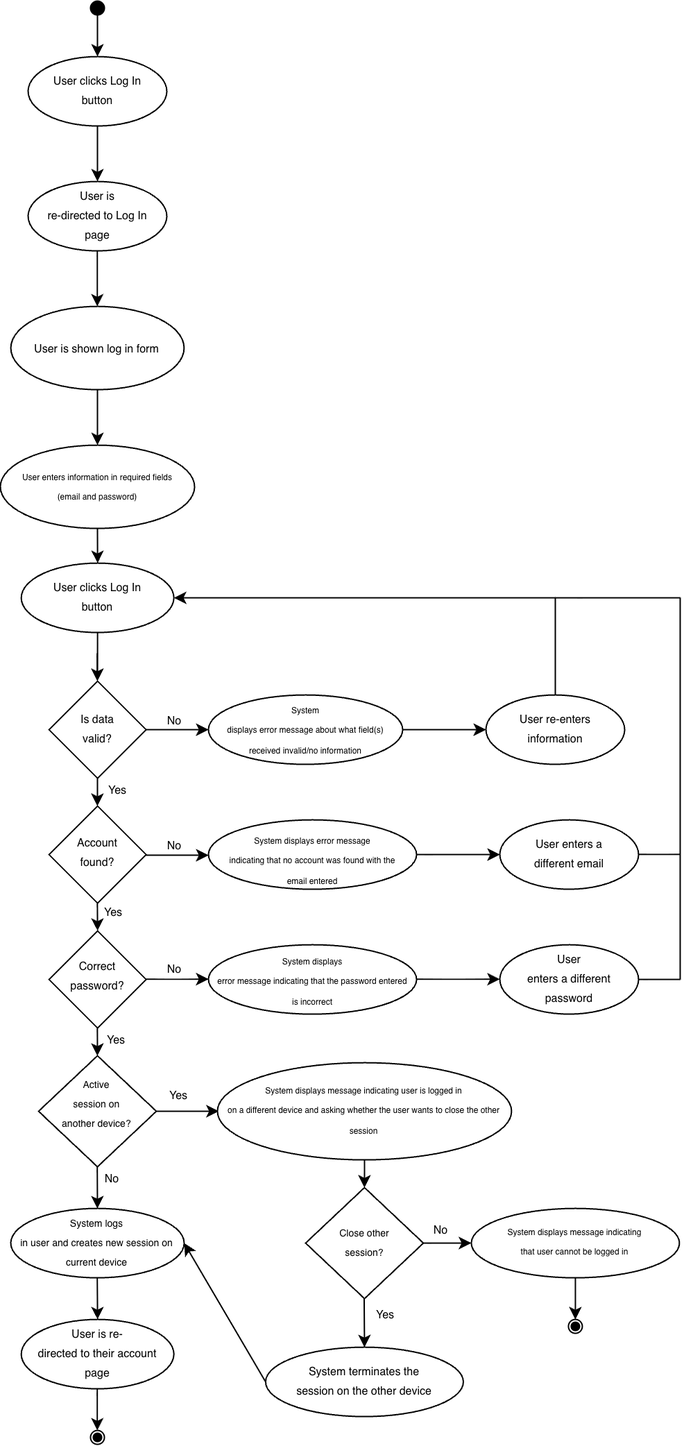
Earlier version of the draw.io export Camila Da Silva/US7_Login/US7_Activity.png (Jason-Kng/Bulldog-Records). Source tidied: cells renumbered, new cells last; positions are measured from the earlier drawing's top-left corner, leaving out a move shared by most shapes.
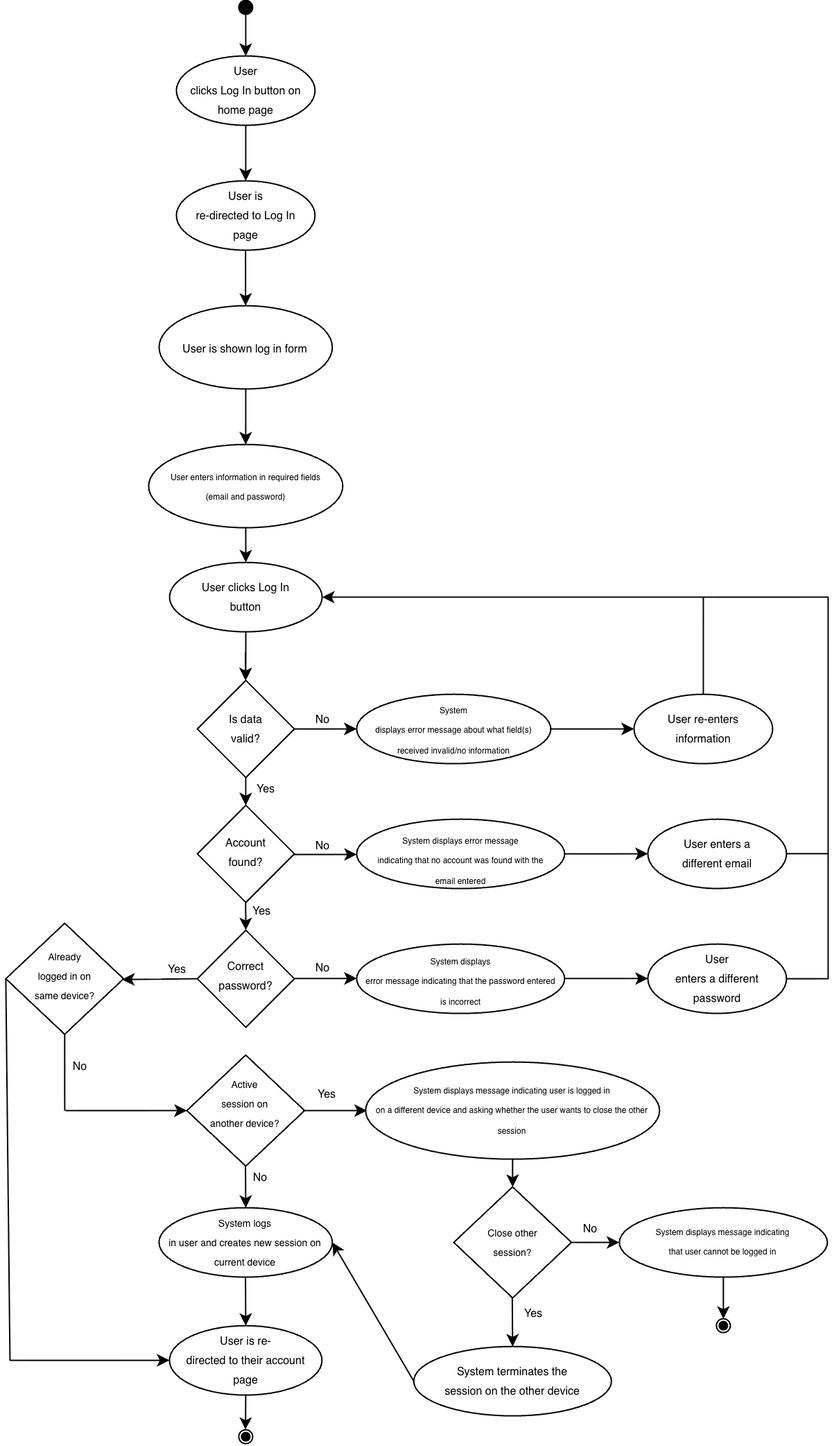
After the commit.

What changed in the source:
```diff
@@ -10,7 +10,7 @@
         <mxPoint x="70" y="40" as="targetPoint" />
       </mxGeometry>
     </mxCell>
-    <mxCell id="4" value="&lt;font style=&quot;font-size: 8px; color: light-dark(rgb(0, 0, 0), rgb(0, 0, 0));&quot;&gt;User clicks Log In button&lt;/font&gt;" style="ellipse;whiteSpace=wrap;html=1;shapeInside=1;fillColor=light-dark(#FFFFFF,#4D4D4D);strokeColor=light-dark(#000000,#000000);" parent="1" vertex="1">
+    <mxCell id="4" value="&lt;font style=&quot;font-size: 8px; color: light-dark(rgb(0, 0, 0), rgb(0, 0, 0));&quot;&gt;User clicks Log In button on home page&lt;/font&gt;" style="ellipse;whiteSpace=wrap;html=1;shapeInside=1;fillColor=light-dark(#FFFFFF,#4D4D4D);strokeColor=light-dark(#000000,#000000);" parent="1" vertex="1">
       <mxGeometry x="20" y="40" width="100" height="50" as="geometry" />
     </mxCell>
     <mxCell id="5" style="endArrow=classic;html=1;rounded=0;exitX=0.5;exitY=1;exitDx=0;exitDy=0;strokeColor=light-dark(#000000,#000000);" parent="1" edge="1" source="4">
@@ -61,18 +61,13 @@
       <mxGeometry x="7.5" y="870" width="125" height="50" as="geometry" />
     </mxCell>
     <mxCell id="18" value="&lt;font style=&quot;font-size: 8px; color: light-dark(rgb(0, 0, 0), rgb(0, 0, 0));&quot;&gt;User is re-directed to their account page&lt;/font&gt;" style="ellipse;whiteSpace=wrap;html=1;shapeInside=1;fillColor=light-dark(#FFFFFF,#4D4D4D);strokeColor=light-dark(#000000,#000000);" parent="1" vertex="1">
-      <mxGeometry x="15.1" y="950" width="110" height="50" as="geometry" />
+      <mxGeometry x="15" y="955" width="110" height="50" as="geometry" />
     </mxCell>
     <mxCell id="19" style="endArrow=classic;html=1;rounded=0;exitX=0.5;exitY=1;exitDx=0;exitDy=0;labelBackgroundColor=light-dark(#FFFFFF,#000000);strokeColor=light-dark(#000000,#000000);entryX=0.5;entryY=0;entryDx=0;entryDy=0;" parent="1" edge="1" target="15">
       <mxGeometry relative="1" as="geometry">
         <mxPoint x="69.9" y="650" as="sourcePoint" />
       </mxGeometry>
     </mxCell>
-    <mxCell id="20" style="endArrow=classic;html=1;rounded=0;exitX=0.5;exitY=1;exitDx=0;exitDy=0;labelBackgroundColor=light-dark(#FFFFFF,#000000);strokeColor=light-dark(#000000,#000000);entryX=0.5;entryY=0;entryDx=0;entryDy=0;" parent="1" edge="1" target="16">
-      <mxGeometry relative="1" as="geometry">
-        <mxPoint x="69.9" y="740" as="sourcePoint" />
-      </mxGeometry>
-    </mxCell>
     <mxCell id="21" style="endArrow=classic;html=1;rounded=0;exitX=0.5;exitY=1;exitDx=0;exitDy=0;labelBackgroundColor=light-dark(#FFFFFF,#000000);strokeColor=light-dark(#000000,#000000);entryX=0.5;entryY=0;entryDx=0;entryDy=0;" parent="1" edge="1" target="17">
       <mxGeometry relative="1" as="geometry">
         <mxPoint x="69.8" y="840" as="sourcePoint" />
@@ -83,9 +78,8 @@
         <mxPoint x="69.8" y="920" as="sourcePoint" />
       </mxGeometry>
     </mxCell>
-    <mxCell id="23" style="endArrow=classic;html=1;rounded=0;exitX=0.5;exitY=1;exitDx=0;exitDy=0;labelBackgroundColor=light-dark(#FFFFFF,#000000);strokeColor=light-dark(#000000,#000000);" parent="1" edge="1">
+    <mxCell id="23" style="endArrow=classic;html=1;rounded=0;exitX=0.5;exitY=1;exitDx=0;exitDy=0;labelBackgroundColor=light-dark(#FFFFFF,#000000);strokeColor=light-dark(#000000,#000000);" parent="1" edge="1" source="18">
       <mxGeometry relative="1" as="geometry">
-        <mxPoint x="69.8" y="1000" as="sourcePoint" />
         <mxPoint x="69.8" y="1030" as="targetPoint" />
       </mxGeometry>
     </mxCell>
@@ -98,7 +92,7 @@
       </mxGeometry>
     </mxCell>
     <mxCell id="26" value="&lt;font style=&quot;font-size: 8px; color: light-dark(rgb(0, 0, 0), rgb(0, 0, 0));&quot;&gt;Yes&lt;/font&gt;" style="edgeLabel;html=1;align=center;verticalAlign=middle;" parent="1" vertex="1">
-      <mxGeometry x="83" y="750" as="geometry">
+      <mxGeometry x="20" y="700" as="geometry">
         <mxPoint y="-3" as="offset" />
       </mxGeometry>
     </mxCell>
@@ -280,5 +274,36 @@
         <mxPoint x="-3" y="-2" as="offset" />
       </mxGeometry>
     </mxCell>
+    <mxCell id="67" style="endArrow=classic;html=1;rounded=0;exitX=0;exitY=0.5;exitDx=0;exitDy=0;strokeColor=light-dark(#000000,#000000);entryX=0.987;entryY=0.507;entryDx=0;entryDy=0;entryPerimeter=0;" parent="1" edge="1" source="15" target="68">
+      <mxGeometry relative="1" as="geometry" />
+    </mxCell>
+    <mxCell id="68" value="&lt;font style=&quot;color: light-dark(rgb(0, 0, 0), rgb(0, 0, 0)); font-size: 7px;&quot;&gt;Already logged in on same device?&lt;/font&gt;" style="rhombus;whiteSpace=wrap;html=1;shapeInside=1;strokeColor=light-dark(#000000,#000000);fillColor=light-dark(#FFFFFF,#4D4D4D);" parent="1" vertex="1">
+      <mxGeometry x="-103" y="665" width="84.9" height="80" as="geometry" />
+    </mxCell>
+    <mxCell id="69" style="endArrow=none;html=1;rounded=0;exitX=0;exitY=0.5;exitDx=0;exitDy=0;strokeColor=light-dark(#000000,#000000);" parent="1" edge="1" source="68">
+      <mxGeometry relative="1" as="geometry">
+        <mxPoint x="-100" y="980" as="targetPoint" />
+      </mxGeometry>
+    </mxCell>
+    <mxCell id="70" style="endArrow=classic;html=1;rounded=0;entryX=0;entryY=0.5;entryDx=0;entryDy=0;strokeColor=light-dark(#000000,#000000);" parent="1" edge="1" target="18">
+      <mxGeometry relative="1" as="geometry">
+        <mxPoint x="-100" y="980" as="sourcePoint" />
+      </mxGeometry>
+    </mxCell>
+    <mxCell id="71" style="endArrow=none;html=1;rounded=0;exitX=0.5;exitY=1;exitDx=0;exitDy=0;strokeColor=light-dark(#000000,#000000);" parent="1" edge="1" source="68">
+      <mxGeometry relative="1" as="geometry">
+        <mxPoint x="-60.5" y="800" as="targetPoint" />
+      </mxGeometry>
+    </mxCell>
+    <mxCell id="72" style="endArrow=classic;html=1;rounded=0;entryX=0;entryY=0.5;entryDx=0;entryDy=0;strokeColor=light-dark(#000000,#000000);" parent="1" edge="1" target="16">
+      <mxGeometry relative="1" as="geometry">
+        <mxPoint x="-60" y="800" as="sourcePoint" />
+      </mxGeometry>
+    </mxCell>
+    <mxCell id="73" value="&lt;font style=&quot;font-size: 8px; color: light-dark(rgb(0, 0, 0), rgb(0, 0, 0));&quot;&gt;No&lt;/font&gt;" style="edgeLabel;html=1;align=center;verticalAlign=middle;" parent="1" vertex="1">
+      <mxGeometry x="-50" y="770" as="geometry">
+        <mxPoint y="-3" as="offset" />
+      </mxGeometry>
+    </mxCell>
   </root>
 </mxGraphModel>
```
